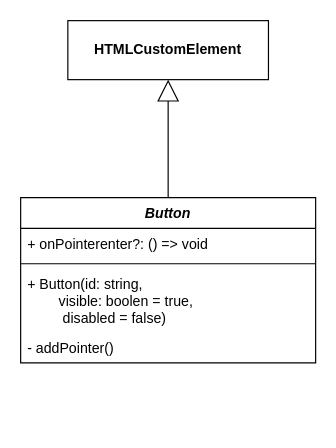
This is docs/issue/119-diagram.drawio from elma1989/el-pollo-loco, a draw.io file, before an edit. Source tidied: cells renumbered, new cells numbered last; positions are measured from the earlier drawing's top-left corner, leaving out a move shared by most shapes. Both pictures are drawn from the tidied source at 118%, with x=0, y=0 at pixel (20, 20).
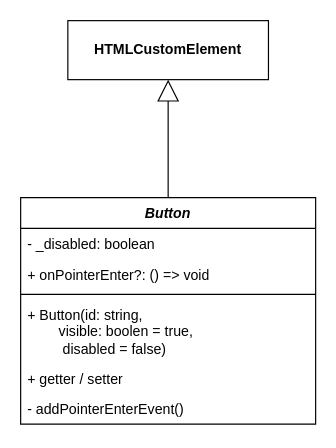
After the change.

Commit message (it also covers changes not shown here):
doc: Updated classes.drawio - Updated Button to current state

Change to the diagram source:
```diff
@@
 <mxGraphModel>
   <root>
     <mxCell id="0" />
     <mxCell id="1" parent="0" />
     <mxCell id="2" value="Button" style="swimlane;fontStyle=3;align=center;verticalAlign=top;horizontal=1;startSize=26;whiteSpace=wrap;html=1;" parent="1" vertex="1">
-      <mxGeometry y="150" width="250" height="140" as="geometry" />
+      <mxGeometry y="150" width="250" height="192" as="geometry" />
     </mxCell>
+    <mxCell id="9" value="- _disabled: boolean" style="text;strokeColor=none;fillColor=none;align=left;verticalAlign=top;spacingLeft=4;spacingRight=4;overflow=hidden;whiteSpace=wrap;html=1;" parent="2" vertex="1">
+      <mxGeometry y="26" width="250" height="26" as="geometry" />
+    </mxCell>
-    <mxCell id="3" value="+ onPointerenter?: () =&amp;gt; void" style="text;strokeColor=none;fillColor=none;align=left;verticalAlign=top;spacingLeft=4;spacingRight=4;overflow=hidden;whiteSpace=wrap;html=1;" parent="2" vertex="1">
-      <mxGeometry y="26" width="250" height="26" as="geometry" />
+    <mxCell id="3" value="+ onPointerEnter?: () =&amp;gt; void" style="text;strokeColor=none;fillColor=none;align=left;verticalAlign=top;spacingLeft=4;spacingRight=4;overflow=hidden;whiteSpace=wrap;html=1;" parent="2" vertex="1">
+      <mxGeometry y="52" width="250" height="26" as="geometry" />
     </mxCell>
     <mxCell id="4" style="line;strokeWidth=1;fillColor=none;align=left;verticalAlign=middle;spacingTop=-1;spacingLeft=3;spacingRight=3;labelPosition=right;strokeColor=inherit;" parent="2" vertex="1">
-      <mxGeometry y="52" width="250" height="8" as="geometry" />
+      <mxGeometry y="78" width="250" height="8" as="geometry" />
     </mxCell>
     <mxCell id="5" value="+ Button(id: string,&amp;nbsp;&lt;div&gt;&lt;span style=&quot;white-space: pre;&quot;&gt;&#9;&lt;/span&gt;visible: boolen = true,&lt;/div&gt;&lt;div&gt;&lt;span style=&quot;white-space: pre;&quot;&gt;&#9;&lt;/span&gt;&amp;nbsp;disabled = false)&lt;/div&gt;" style="text;strokeColor=none;fillColor=none;align=left;verticalAlign=top;spacingLeft=4;spacingRight=4;overflow=hidden;whiteSpace=wrap;html=1;" parent="2" vertex="1">
-      <mxGeometry y="60" width="250" height="54" as="geometry" />
+      <mxGeometry y="86" width="250" height="54" as="geometry" />
     </mxCell>
-    <mxCell id="6" value="- addPointer()" style="text;strokeColor=none;fillColor=none;align=left;verticalAlign=top;spacingLeft=4;spacingRight=4;overflow=hidden;whiteSpace=wrap;html=1;" parent="2" vertex="1">
-      <mxGeometry y="114" width="250" height="26" as="geometry" />
+    <mxCell id="6" value="+ getter / setter" style="text;strokeColor=none;fillColor=none;align=left;verticalAlign=top;spacingLeft=4;spacingRight=4;overflow=hidden;whiteSpace=wrap;html=1;" parent="2" vertex="1">
+      <mxGeometry y="140" width="250" height="26" as="geometry" />
     </mxCell>
+    <mxCell id="10" value="- addPointerEnterEvent()" style="text;strokeColor=none;fillColor=none;align=left;verticalAlign=top;spacingLeft=4;spacingRight=4;overflow=hidden;whiteSpace=wrap;html=1;" parent="2" vertex="1">
+      <mxGeometry y="166" width="250" height="26" as="geometry" />
+    </mxCell>
     <mxCell id="7" style="endArrow=block;endSize=16;endFill=0;html=1;rounded=0;strokeColor=default;" parent="1" edge="1" source="2" target="8">
       <mxGeometry relative="1" as="geometry" />
     </mxCell>
     <mxCell id="8" value="&lt;b&gt;HTMLCustomElement&lt;/b&gt;" style="html=1;whiteSpace=wrap;" parent="1" vertex="1">
       <mxGeometry x="40" width="170" height="50" as="geometry" />
     </mxCell>
   </root>
 </mxGraphModel>
```
